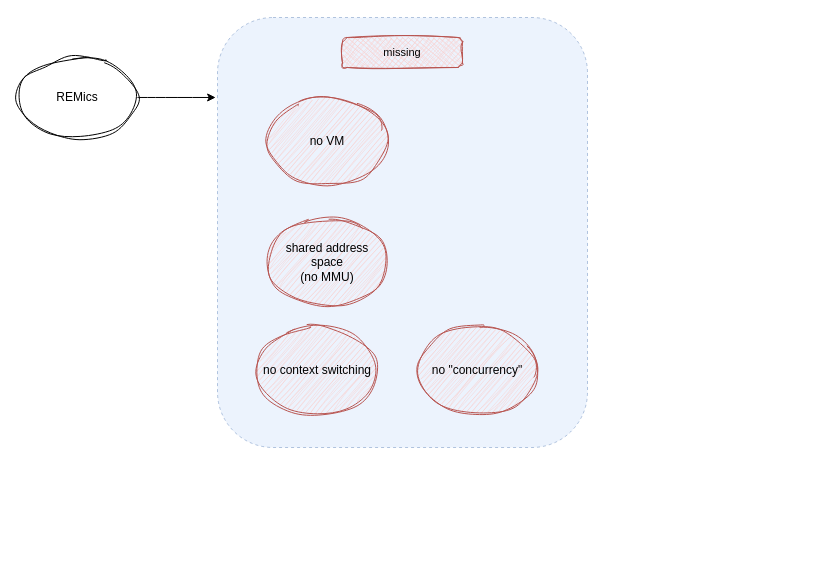
Earlier version of the draw.io diagram page "REMics" (2 of 2) of rt todo.drawio (guitarvydas/rt). Source tidied: cells renumbered, new cells numbered last; positions are measured from the earlier drawing's top-left corner, leaving out a move shared by most shapes. Both pictures are drawn from the tidied source at 100%, with x=0, y=0 at pixel (17, 17).
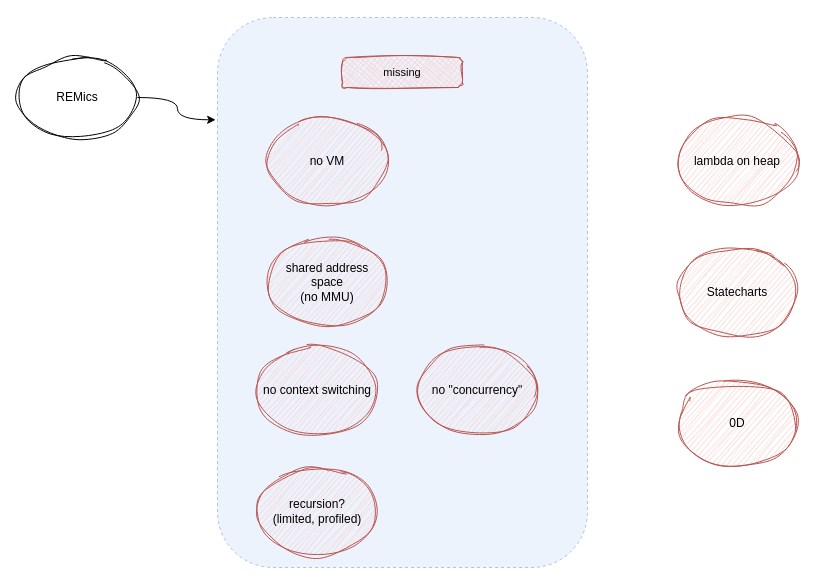
The same diagram, later.

What changed in the source:
```diff
@@
 <mxGraphModel>
   <root>
     <mxCell id="0" />
     <mxCell id="1" parent="0" />
     <mxCell id="2" style="rounded=1;whiteSpace=wrap;html=1;fontFamily=Helvetica;fontSize=11;labelBackgroundColor=none;fillColor=#dae8fc;strokeColor=#6c8ebf;opacity=50;dashed=1;" parent="1" vertex="1">
-      <mxGeometry x="200" width="370" height="430" as="geometry" />
+      <mxGeometry x="200" width="370" height="550" as="geometry" />
     </mxCell>
+    <mxCell id="8" value="REMics" style="ellipse;whiteSpace=wrap;html=1;labelBackgroundColor=none;sketch=1;curveFitting=1;jiggle=2;" parent="1" vertex="1">
+      <mxGeometry y="40" width="120" height="80" as="geometry" />
+    </mxCell>
+    <mxCell id="9" style="edgeStyle=orthogonalEdgeStyle;shape=connector;curved=1;rounded=0;jettySize=auto;html=1;entryX=-0.005;entryY=0.186;entryDx=0;entryDy=0;entryPerimeter=0;strokeColor=default;align=center;verticalAlign=middle;fontFamily=Helvetica;fontSize=11;fontColor=default;labelBackgroundColor=none;endArrow=classic;" parent="1" edge="1" source="8" target="2">
+      <mxGeometry relative="1" as="geometry" />
+    </mxCell>
+    <mxCell id="10" value="recursion?&lt;div&gt;(limited, profiled)&lt;/div&gt;" style="ellipse;whiteSpace=wrap;html=1;sketch=1;curveFitting=1;jiggle=2;fillStyle=hachure;fillColor=#f8cecc;strokeColor=#b85450;labelBackgroundColor=none;" parent="1" vertex="1">
+      <mxGeometry x="240" y="450" width="120" height="88.2" as="geometry" />
+    </mxCell>
-    <mxCell id="3" value="no VM" style="ellipse;whiteSpace=wrap;html=1;sketch=1;curveFitting=1;jiggle=2;fillStyle=hachure;fillColor=#f8cecc;strokeColor=#b85450;labelBackgroundColor=none;" parent="2" vertex="1">
-      <mxGeometry x="50" y="80" width="120" height="88.2" as="geometry" />
+    <mxCell id="3" value="no VM" style="ellipse;whiteSpace=wrap;html=1;sketch=1;curveFitting=1;jiggle=2;fillStyle=hachure;fillColor=#f8cecc;strokeColor=#b85450;labelBackgroundColor=none;" parent="1" vertex="1">
+      <mxGeometry x="250" y="100" width="120" height="88.2" as="geometry" />
     </mxCell>
-    <mxCell id="4" value="shared address space&lt;div&gt;(no MMU)&lt;/div&gt;" style="ellipse;whiteSpace=wrap;html=1;sketch=1;curveFitting=1;jiggle=2;fillStyle=hachure;fillColor=#f8cecc;strokeColor=#b85450;labelBackgroundColor=none;" parent="2" vertex="1">
-      <mxGeometry x="50" y="201.3" width="120" height="88.2" as="geometry" />
+    <mxCell id="4" value="shared address space&lt;div&gt;(no MMU)&lt;/div&gt;" style="ellipse;whiteSpace=wrap;html=1;sketch=1;curveFitting=1;jiggle=2;fillStyle=hachure;fillColor=#f8cecc;strokeColor=#b85450;labelBackgroundColor=none;" parent="1" vertex="1">
+      <mxGeometry x="250" y="221.3" width="120" height="88.2" as="geometry" />
     </mxCell>
-    <mxCell id="5" value="no context switching" style="ellipse;whiteSpace=wrap;html=1;sketch=1;curveFitting=1;jiggle=2;fillStyle=hachure;fillColor=#f8cecc;strokeColor=#b85450;labelBackgroundColor=none;" parent="2" vertex="1">
-      <mxGeometry x="40" y="308.7" width="120" height="88.2" as="geometry" />
+    <mxCell id="5" value="no context switching" style="ellipse;whiteSpace=wrap;html=1;sketch=1;curveFitting=1;jiggle=2;fillStyle=hachure;fillColor=#f8cecc;strokeColor=#b85450;labelBackgroundColor=none;" parent="1" vertex="1">
+      <mxGeometry x="240" y="328.7" width="120" height="88.2" as="geometry" />
     </mxCell>
-    <mxCell id="6" value="no &quot;concurrency&quot;" style="ellipse;whiteSpace=wrap;html=1;sketch=1;curveFitting=1;jiggle=2;fillStyle=hachure;fillColor=#f8cecc;strokeColor=#b85450;labelBackgroundColor=none;" parent="2" vertex="1">
-      <mxGeometry x="200" y="308.7" width="120" height="88.2" as="geometry" />
+    <mxCell id="6" value="no &quot;concurrency&quot;" style="ellipse;whiteSpace=wrap;html=1;sketch=1;curveFitting=1;jiggle=2;fillStyle=hachure;fillColor=#f8cecc;strokeColor=#b85450;labelBackgroundColor=none;" parent="1" vertex="1">
+      <mxGeometry x="400" y="328.7" width="120" height="88.2" as="geometry" />
     </mxCell>
-    <mxCell id="7" value="missing" style="rounded=1;whiteSpace=wrap;html=1;fontFamily=Helvetica;fontSize=11;labelBackgroundColor=none;sketch=1;curveFitting=1;jiggle=2;fillStyle=cross-hatch;fillColor=#f8cecc;strokeColor=#b85450;" parent="2" vertex="1">
-      <mxGeometry x="125" y="20" width="120" height="30" as="geometry" />
+    <mxCell id="7" value="missing" style="rounded=1;whiteSpace=wrap;html=1;fontFamily=Helvetica;fontSize=11;labelBackgroundColor=none;sketch=1;curveFitting=1;jiggle=2;fillStyle=cross-hatch;fillColor=#f8cecc;strokeColor=#b85450;" parent="1" vertex="1">
+      <mxGeometry x="325" y="40" width="120" height="30" as="geometry" />
     </mxCell>
-    <mxCell id="8" value="REMics" style="ellipse;whiteSpace=wrap;html=1;labelBackgroundColor=none;sketch=1;curveFitting=1;jiggle=2;" parent="1" vertex="1">
-      <mxGeometry y="40" width="120" height="80" as="geometry" />
-    </mxCell>
-    <mxCell id="9" style="edgeStyle=orthogonalEdgeStyle;shape=connector;curved=1;rounded=0;jettySize=auto;html=1;entryX=-0.005;entryY=0.186;entryDx=0;entryDy=0;entryPerimeter=0;strokeColor=default;align=center;verticalAlign=middle;fontFamily=Helvetica;fontSize=11;fontColor=default;labelBackgroundColor=none;endArrow=classic;" parent="1" edge="1" source="8" target="2">
-      <mxGeometry relative="1" as="geometry" />
-    </mxCell>
+    <mxCell id="11" value="lambda on heap" style="ellipse;whiteSpace=wrap;html=1;sketch=1;curveFitting=1;jiggle=2;fillStyle=hachure;fillColor=#f8cecc;strokeColor=#b85450;labelBackgroundColor=none;" parent="1" vertex="1">
+      <mxGeometry x="660" y="100" width="120" height="88.2" as="geometry" />
+    </mxCell>
+    <mxCell id="12" value="Statecharts" style="ellipse;whiteSpace=wrap;html=1;sketch=1;curveFitting=1;jiggle=2;fillStyle=hachure;fillColor=#f8cecc;strokeColor=#b85450;labelBackgroundColor=none;" parent="1" vertex="1">
+      <mxGeometry x="660" y="230.9" width="120" height="88.2" as="geometry" />
+    </mxCell>
+    <mxCell id="13" value="0D" style="ellipse;whiteSpace=wrap;html=1;sketch=1;curveFitting=1;jiggle=2;fillStyle=hachure;fillColor=#f8cecc;strokeColor=#b85450;labelBackgroundColor=none;" parent="1" vertex="1">
+      <mxGeometry x="660" y="361.8" width="120" height="88.2" as="geometry" />
+    </mxCell>
   </root>
 </mxGraphModel>
```
